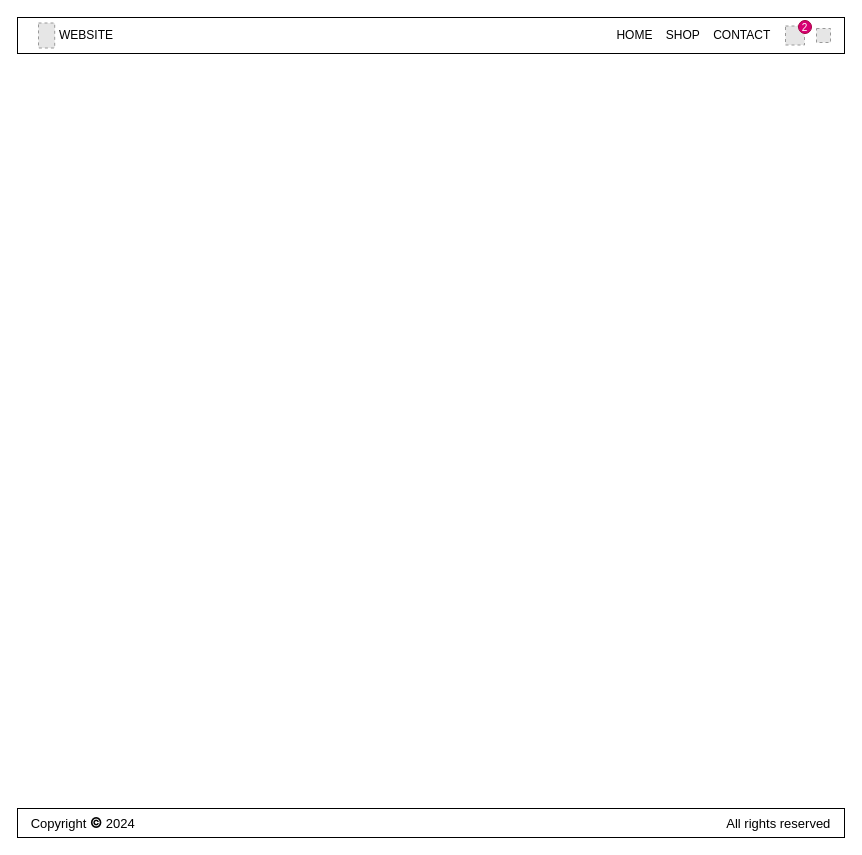
Before: page "User Profile Page (Account Info)" (10 of 12) of Wireframes.drawio in ayushi1719/ecommerce, a draw.io diagram. Source tidied: cells renumbered, new cells numbered last; positions are measured from the earlier drawing's top-left corner, leaving out a move shared by most shapes. Both pictures are drawn from the tidied source at 100%, with x=0, y=0 at pixel (17, 17). Pictures stored in the file or linked from it are replaced by grey dashed boxes.
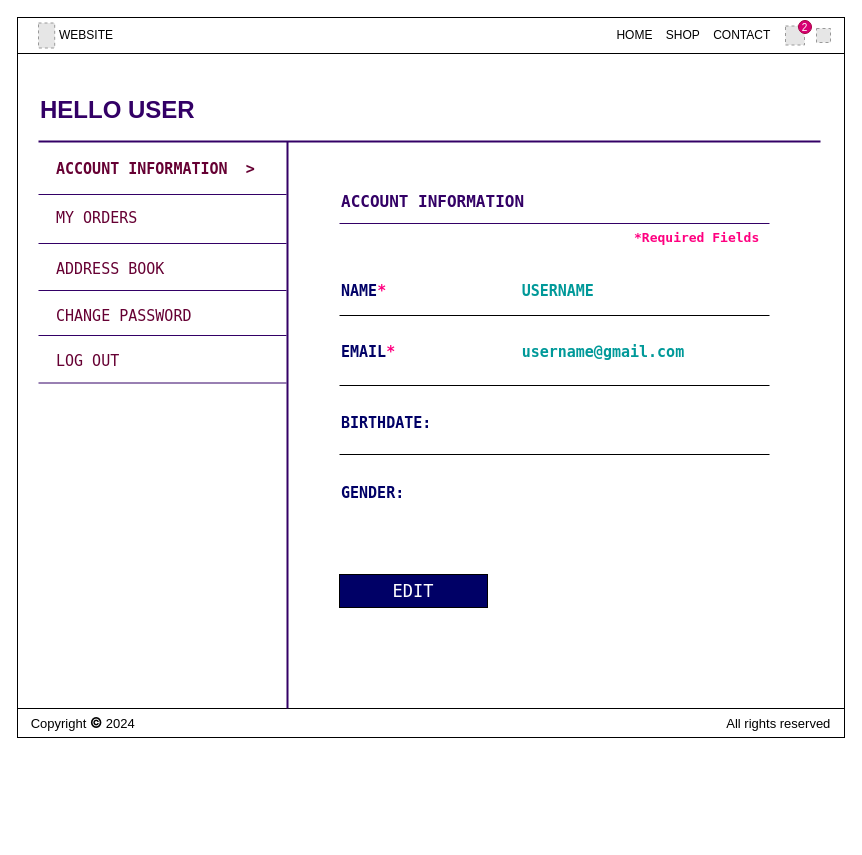
After the change.

Commit message:
user profile page

Diff of the diagram source:
```diff
@@
     <mxCell id="6" value="&lt;font style=&quot;text-align: right; background-color: initial; font-size: 13px;&quot;&gt;Copyright&lt;/font&gt;&lt;font style=&quot;text-align: right; background-color: initial;&quot;&gt;&amp;nbsp;&lt;/font&gt;&lt;span style=&quot;font-weight: 700; font-family: HelveticaNeue-Light, -apple-system, AppleSDGothicNeo-Regular, &amp;quot;lucida grande&amp;quot;, tahoma, verdana, arial, sans-serif, &amp;quot;Segoe UI Emoji&amp;quot;, &amp;quot;Segoe UI Symbol&amp;quot;, &amp;quot;Noto Color Emoji&amp;quot;, NotoColorEmoji, EmojiSymbols, Symbola, Noto, &amp;quot;Android Emoji&amp;quot;, AndroidEmoji, &amp;quot;Arial Unicode MS&amp;quot;, &amp;quot;Zapf Dingbats&amp;quot;, AppleColorEmoji, &amp;quot;Apple Color Emoji&amp;quot;; text-align: justify; background-color: rgb(255, 255, 255);&quot;&gt;&lt;font style=&quot;font-size: 14px;&quot;&gt;©&lt;/font&gt;&lt;/span&gt;&lt;span style=&quot;text-align: right; background-color: initial;&quot;&gt;&amp;nbsp;&lt;/span&gt;&lt;font style=&quot;text-align: right; background-color: initial; font-size: 13px;&quot;&gt;2024&amp;nbsp; &amp;nbsp; &amp;nbsp; &amp;nbsp; &amp;nbsp; &amp;nbsp; &amp;nbsp; &amp;nbsp; &amp;nbsp; &amp;nbsp; &amp;nbsp; &amp;nbsp; &amp;nbsp; &amp;nbsp; &amp;nbsp; &amp;nbsp; &amp;nbsp; &amp;nbsp; &amp;nbsp; &amp;nbsp; &amp;nbsp; &amp;nbsp; &amp;nbsp; &amp;nbsp; &amp;nbsp; &amp;nbsp; &amp;nbsp; &amp;nbsp; &amp;nbsp; &amp;nbsp; &amp;nbsp; &amp;nbsp; &amp;nbsp; &amp;nbsp; &amp;nbsp; &amp;nbsp; &amp;nbsp; &amp;nbsp; &amp;nbsp; &amp;nbsp; &amp;nbsp; &amp;nbsp; &amp;nbsp; &amp;nbsp; &amp;nbsp; &amp;nbsp; &amp;nbsp; &amp;nbsp; &amp;nbsp; &amp;nbsp; &amp;nbsp; &amp;nbsp; &amp;nbsp; &amp;nbsp; &amp;nbsp; &amp;nbsp; &amp;nbsp; &amp;nbsp; &amp;nbsp; &amp;nbsp; &amp;nbsp; &amp;nbsp; &amp;nbsp; &amp;nbsp; &amp;nbsp; &amp;nbsp; &amp;nbsp; &amp;nbsp; &amp;nbsp; &amp;nbsp; &amp;nbsp; &amp;nbsp; &amp;nbsp; &amp;nbsp; &amp;nbsp; &amp;nbsp; &amp;nbsp; &amp;nbsp; &amp;nbsp; &amp;nbsp; &amp;nbsp; &amp;nbsp; All rights reserved&lt;/font&gt;" style="rounded=0;whiteSpace=wrap;html=1;strokeColor=default;align=center;verticalAlign=middle;fontFamily=Helvetica;fontSize=12;fontColor=default;fillColor=default;" parent="1" vertex="1">
-      <mxGeometry y="791" width="827" height="29" as="geometry" />
+      <mxGeometry y="691" width="827" height="29" as="geometry" />
     </mxCell>
@@
+    <mxCell id="8" style="rounded=0;whiteSpace=wrap;html=1;" parent="1" vertex="1">
+      <mxGeometry y="36" width="827" height="655" as="geometry" />
+    </mxCell>
+    <mxCell id="9" style="line;strokeWidth=2;html=1;strokeColor=#330066;" parent="1" vertex="1">
+      <mxGeometry x="21" y="119" width="782" height="10" as="geometry" />
+    </mxCell>
+    <mxCell id="10" value="&lt;h2&gt;&lt;font color=&quot;#330066&quot; style=&quot;font-size: 24px;&quot;&gt;&lt;b&gt;HELLO USER&lt;/b&gt;&lt;/font&gt;&lt;/h2&gt;" style="text;strokeColor=none;align=left;fillColor=none;html=1;verticalAlign=middle;whiteSpace=wrap;rounded=0;" parent="1" vertex="1">
+      <mxGeometry x="21" y="77" width="194" height="32" as="geometry" />
+    </mxCell>
+    <mxCell id="11" style="line;strokeWidth=1;html=1;strokeColor=#330066;" parent="1" vertex="1">
+      <mxGeometry x="21" y="172" width="248" height="10" as="geometry" />
+    </mxCell>
+    <mxCell id="12" style="line;strokeWidth=2;direction=south;html=1;perimeter=backbonePerimeter;strokeColor=#330066;" parent="1" vertex="1">
+      <mxGeometry x="265" y="124" width="10" height="567" as="geometry" />
+    </mxCell>
+    <mxCell id="13" value="&lt;font color=&quot;#660033&quot; face=&quot;Lucida Console&quot; style=&quot;font-size: 15px;&quot;&gt;&lt;b&gt;ACCOUNT INFORMATION&amp;nbsp; &amp;gt;&lt;/b&gt;&lt;/font&gt;" style="text;strokeColor=none;align=left;fillColor=none;html=1;verticalAlign=middle;whiteSpace=wrap;rounded=0;" parent="1" vertex="1">
+      <mxGeometry x="37.2" y="136" width="210" height="30" as="geometry" />
+    </mxCell>
+    <mxCell id="14" style="line;strokeWidth=1;html=1;strokeColor=#330066;" parent="1" vertex="1">
+      <mxGeometry x="21" y="221" width="248" height="10" as="geometry" />
+    </mxCell>
+    <mxCell id="15" style="line;strokeWidth=1;html=1;strokeColor=#330066;" parent="1" vertex="1">
+      <mxGeometry x="21" y="268" width="248" height="10" as="geometry" />
+    </mxCell>
+    <mxCell id="16" style="line;strokeWidth=1;html=1;strokeColor=#330066;" parent="1" vertex="1">
+      <mxGeometry x="21" y="313" width="248" height="10" as="geometry" />
+    </mxCell>
+    <mxCell id="17" value="&lt;font color=&quot;#660033&quot; face=&quot;Lucida Console&quot; style=&quot;font-size: 15px;&quot;&gt;ADDRESS BOOK&amp;nbsp; &amp;nbsp; &amp;nbsp; &amp;nbsp; &amp;nbsp;&lt;/font&gt;" style="text;strokeColor=none;align=left;fillColor=none;html=1;verticalAlign=middle;whiteSpace=wrap;rounded=0;" parent="1" vertex="1">
+      <mxGeometry x="37.2" y="236" width="210" height="30" as="geometry" />
+    </mxCell>
+    <mxCell id="18" value="&lt;font color=&quot;#660033&quot; face=&quot;Lucida Console&quot; style=&quot;font-size: 15px;&quot;&gt;MY ORDERS&amp;nbsp; &amp;nbsp; &amp;nbsp; &amp;nbsp; &amp;nbsp; &amp;nbsp;&amp;nbsp;&lt;/font&gt;" style="text;strokeColor=none;align=left;fillColor=none;html=1;verticalAlign=middle;whiteSpace=wrap;rounded=0;" parent="1" vertex="1">
+      <mxGeometry x="37.2" y="185" width="210" height="30" as="geometry" />
+    </mxCell>
+    <mxCell id="19" value="&lt;font color=&quot;#660033&quot; face=&quot;Lucida Console&quot; style=&quot;font-size: 15px;&quot;&gt;CHANGE PASSWORD&lt;/font&gt;" style="text;strokeColor=none;align=left;fillColor=none;html=1;verticalAlign=middle;whiteSpace=wrap;rounded=0;" parent="1" vertex="1">
+      <mxGeometry x="37.2" y="283" width="210" height="30" as="geometry" />
+    </mxCell>
+    <mxCell id="20" value="&lt;b&gt;&lt;font face=&quot;Lucida Console&quot;&gt;&lt;font style=&quot;font-size: 15px;&quot; color=&quot;#000066&quot;&gt;NAME&lt;/font&gt;&lt;font color=&quot;#ff0080&quot; style=&quot;font-size: 15px;&quot;&gt;*&amp;nbsp; &amp;nbsp; &amp;nbsp; &amp;nbsp; &amp;nbsp; &amp;nbsp; &amp;nbsp; &lt;/font&gt;&lt;font color=&quot;#009999&quot;&gt;&lt;font style=&quot;font-size: 15px;&quot;&gt;&amp;nbsp;&lt;/font&gt;&lt;font style=&quot;font-size: 15px;&quot;&gt;USERNAME&lt;/font&gt;&lt;/font&gt;&lt;font style=&quot;font-size: 15px;&quot; color=&quot;#000066&quot;&gt;&amp;nbsp;&lt;/font&gt;&lt;/font&gt;&lt;/b&gt;" style="text;strokeColor=none;align=left;fillColor=none;html=1;verticalAlign=middle;whiteSpace=wrap;rounded=0;" parent="1" vertex="1">
+      <mxGeometry x="322" y="258" width="383" height="30" as="geometry" />
+    </mxCell>
+    <mxCell id="21" value="&lt;font size=&quot;1&quot; color=&quot;#330066&quot; face=&quot;Lucida Console&quot; style=&quot;&quot;&gt;&lt;b style=&quot;font-size: 16px;&quot;&gt;ACCOUNT INFORMATION&amp;nbsp;&amp;nbsp;&lt;/b&gt;&lt;/font&gt;" style="text;strokeColor=none;align=left;fillColor=none;html=1;verticalAlign=middle;whiteSpace=wrap;rounded=0;" parent="1" vertex="1">
+      <mxGeometry x="322" y="169" width="236" height="30" as="geometry" />
+    </mxCell>
+    <mxCell id="22" style="line;strokeWidth=1;html=1;strokeColor=#330066;" parent="1" vertex="1">
+      <mxGeometry x="322" y="201" width="430" height="10" as="geometry" />
+    </mxCell>
+    <mxCell id="23" value="&lt;b&gt;&lt;font color=&quot;#000066&quot; face=&quot;Lucida Console&quot; style=&quot;font-size: 15px;&quot;&gt;BIRTHDATE:&lt;/font&gt;&lt;font color=&quot;#ff0080&quot; face=&quot;Lucida Console&quot; style=&quot;font-size: 15px;&quot;&gt;&amp;nbsp; &amp;nbsp; &amp;nbsp; &amp;nbsp; &amp;nbsp; &lt;/font&gt;&lt;font face=&quot;Lucida Console&quot; style=&quot;font-size: 15px;&quot; color=&quot;#000066&quot;&gt;&amp;nbsp;&lt;/font&gt;&lt;/b&gt;" style="text;strokeColor=none;align=left;fillColor=none;html=1;verticalAlign=middle;whiteSpace=wrap;rounded=0;" parent="1" vertex="1">
+      <mxGeometry x="322" y="390" width="383" height="30" as="geometry" />
+    </mxCell>
+    <mxCell id="24" value="&lt;b&gt;&lt;font face=&quot;Lucida Console&quot;&gt;&lt;font style=&quot;font-size: 15px;&quot; color=&quot;#000066&quot;&gt;EMAIL&lt;/font&gt;&lt;font color=&quot;#ff0080&quot; style=&quot;font-size: 15px;&quot;&gt;*&amp;nbsp; &amp;nbsp; &amp;nbsp; &amp;nbsp; &amp;nbsp; &amp;nbsp; &amp;nbsp; &lt;/font&gt;&lt;font color=&quot;#009999&quot; style=&quot;font-size: 15px;&quot;&gt;username@gmail.com&lt;/font&gt;&lt;font style=&quot;font-size: 15px;&quot; color=&quot;#000066&quot;&gt;&amp;nbsp;&lt;/font&gt;&lt;/font&gt;&lt;/b&gt;" style="text;strokeColor=none;align=left;fillColor=none;html=1;verticalAlign=middle;whiteSpace=wrap;rounded=0;" parent="1" vertex="1">
+      <mxGeometry x="322" y="319" width="383" height="30" as="geometry" />
+    </mxCell>
+    <mxCell id="25" style="line;strokeWidth=1;html=1;strokeColor=default;fillColor=none;" parent="1" vertex="1">
+      <mxGeometry x="322" y="293" width="430" height="10" as="geometry" />
+    </mxCell>
+    <mxCell id="26" style="line;strokeWidth=1;html=1;strokeColor=default;fillColor=none;" parent="1" vertex="1">
+      <mxGeometry x="322" y="363" width="430" height="10" as="geometry" />
+    </mxCell>
+    <mxCell id="27" value="&lt;font color=&quot;#ff0080&quot; size=&quot;1&quot; face=&quot;Lucida Console&quot; style=&quot;&quot;&gt;&lt;b style=&quot;font-size: 13px;&quot;&gt;*Required Fields&lt;/b&gt;&lt;/font&gt;" style="text;strokeColor=none;align=left;fillColor=none;html=1;verticalAlign=middle;whiteSpace=wrap;rounded=0;" parent="1" vertex="1">
+      <mxGeometry x="615" y="206" width="137" height="28" as="geometry" />
+    </mxCell>
+    <mxCell id="28" value="&lt;font face=&quot;Lucida Console&quot; color=&quot;#ffffff&quot; style=&quot;font-size: 17px; background-color: rgb(0, 0, 102);&quot;&gt;EDIT&lt;/font&gt;" style="rounded=0;whiteSpace=wrap;html=1;fillColor=#000066;" parent="1" vertex="1">
+      <mxGeometry x="322" y="557" width="148" height="33" as="geometry" />
+    </mxCell>
+    <mxCell id="29" style="line;strokeWidth=1;html=1;strokeColor=default;fillColor=none;" parent="1" vertex="1">
+      <mxGeometry x="322" y="432" width="430" height="10" as="geometry" />
+    </mxCell>
+    <mxCell id="30" value="&lt;b&gt;&lt;font color=&quot;#000066&quot; face=&quot;Lucida Console&quot; style=&quot;font-size: 15px;&quot;&gt;GENDER:&lt;/font&gt;&lt;font color=&quot;#ff0080&quot; face=&quot;Lucida Console&quot; style=&quot;font-size: 15px;&quot;&gt;&amp;nbsp; &amp;nbsp; &amp;nbsp; &amp;nbsp; &amp;nbsp; &lt;/font&gt;&lt;font face=&quot;Lucida Console&quot; style=&quot;font-size: 15px;&quot; color=&quot;#000066&quot;&gt;&amp;nbsp;&lt;/font&gt;&lt;/b&gt;" style="text;strokeColor=none;align=left;fillColor=none;html=1;verticalAlign=middle;whiteSpace=wrap;rounded=0;" parent="1" vertex="1">
+      <mxGeometry x="322" y="460" width="383" height="30" as="geometry" />
+    </mxCell>
+    <mxCell id="31" style="line;strokeWidth=1;html=1;strokeColor=#330066;" parent="1" vertex="1">
+      <mxGeometry x="21" y="308" width="248" height="115" as="geometry" />
+    </mxCell>
+    <mxCell id="32" value="&lt;font color=&quot;#660033&quot; face=&quot;Lucida Console&quot; style=&quot;font-size: 15px;&quot;&gt;LOG OUT&amp;nbsp; &amp;nbsp;&lt;/font&gt;" style="text;strokeColor=none;align=left;fillColor=none;html=1;verticalAlign=middle;whiteSpace=wrap;rounded=0;" parent="1" vertex="1">
+      <mxGeometry x="37.2" y="328" width="210" height="30" as="geometry" />
+    </mxCell>
```
